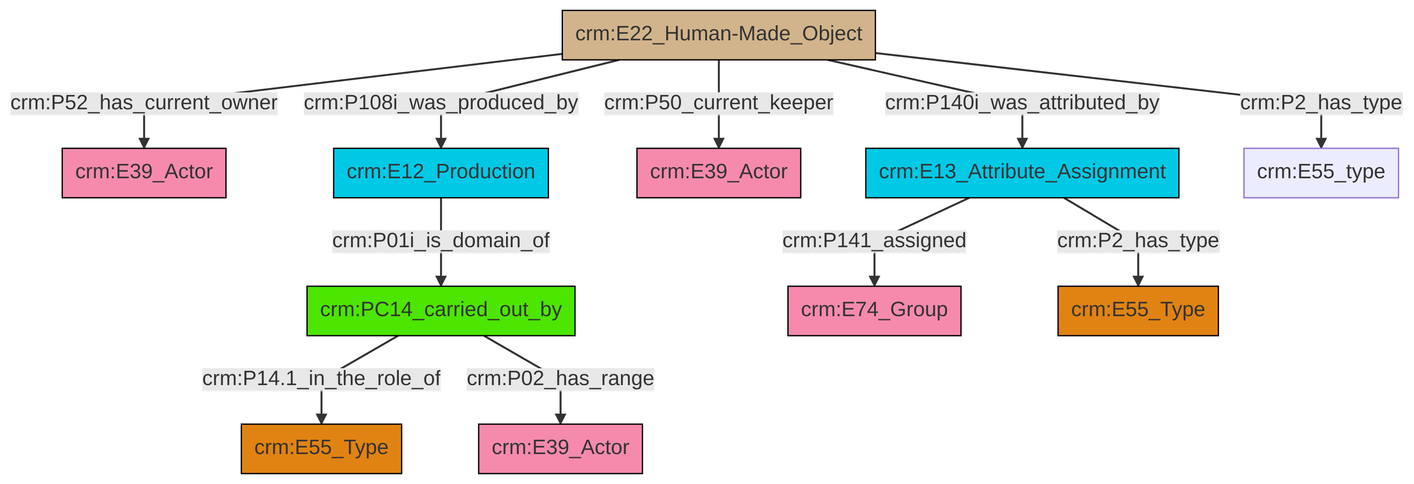
swiss-art-research-net/docs.swissartresearch keeps this Mermaid diagram as et/artworkCSV/ttl/mmd/png/Artwork_Actor_Relations.png. Above is the earlier version. Its source is kept beside it as et/artworkCSV/ttl/mmd/Artwork_Actor_Relations.ttl.mmd.
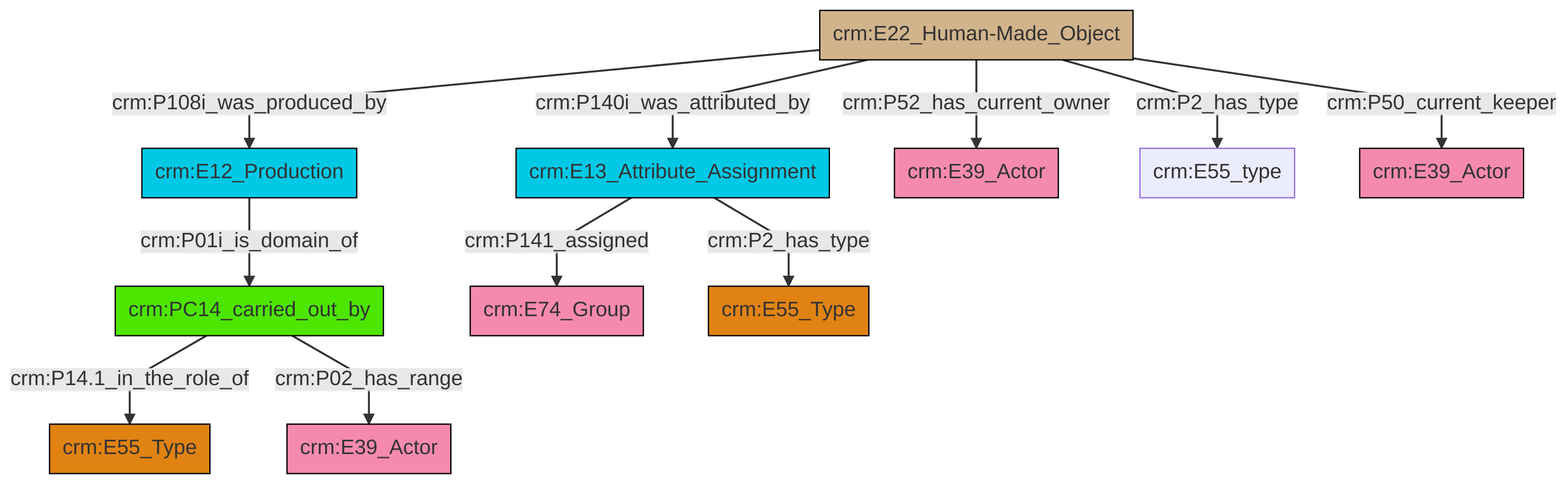
Later version of the same file.

Diff of the diagram source:
```diff
@@ -13,13 +13,13 @@
 classDef PC_Classes fill:#4ce600, stroke:#000000;
 classDef Multi fill:#cccccc,stroke:#000000;
 
-6["crm:E22_Human-Made_Object"]:::Physical_Thing -->|crm:P52_has_current_owner| 2["crm:E39_Actor"]:::Actor
-4["crm:E13_Attribute_Assignment"]:::Temporal_Entity -->|crm:P141_assigned| 7["crm:E74_Group"]:::Actor
-6["crm:E22_Human-Made_Object"]:::Physical_Thing -->|crm:P50_current_keeper| 11["crm:E39_Actor"]:::Actor
-6["crm:E22_Human-Made_Object"]:::Physical_Thing -->|crm:P108i_was_produced_by| 12["crm:E12_Production"]:::Temporal_Entity
-4["crm:E13_Attribute_Assignment"]:::Temporal_Entity -->|crm:P2_has_type| 9["crm:E55_Type"]:::Type
-0["crm:PC14_carried_out_by"]:::PC_Classes -->|crm:P14.1_in_the_role_of| 13["crm:E55_Type"]:::Type
-6["crm:E22_Human-Made_Object"]:::Physical_Thing -->|crm:P140i_was_attributed_by| 4["crm:E13_Attribute_Assignment"]:::Temporal_Entity
-6["crm:E22_Human-Made_Object"]:::Physical_Thing -->|crm:P2_has_type| 17["crm:E55_type"]:::Default
-0["crm:PC14_carried_out_by"]:::PC_Classes -->|crm:P02_has_range| 15["crm:E39_Actor"]:::Actor
-12["crm:E12_Production"]:::Temporal_Entity -->|crm:P01i_is_domain_of| 0["crm:PC14_carried_out_by"]:::PC_Classes
+0["crm:PC14_carried_out_by"]:::PC_Classes -->|crm:P14.1_in_the_role_of| 1["crm:E55_Type"]:::Type
+2["crm:E12_Production"]:::Temporal_Entity -->|crm:P01i_is_domain_of| 0["crm:PC14_carried_out_by"]:::PC_Classes
+6["crm:E13_Attribute_Assignment"]:::Temporal_Entity -->|crm:P141_assigned| 7["crm:E74_Group"]:::Actor
+12["crm:E22_Human-Made_Object"]:::Physical_Thing -->|crm:P52_has_current_owner| 13["crm:E39_Actor"]:::Actor
+12["crm:E22_Human-Made_Object"]:::Physical_Thing -->|crm:P2_has_type| 14["crm:E55_type"]:::Default
+0["crm:PC14_carried_out_by"]:::PC_Classes -->|crm:P02_has_range| 3["crm:E39_Actor"]:::Actor
+6["crm:E13_Attribute_Assignment"]:::Temporal_Entity -->|crm:P2_has_type| 8["crm:E55_Type"]:::Type
+12["crm:E22_Human-Made_Object"]:::Physical_Thing -->|crm:P140i_was_attributed_by| 6["crm:E13_Attribute_Assignment"]:::Temporal_Entity
+12["crm:E22_Human-Made_Object"]:::Physical_Thing -->|crm:P50_current_keeper| 18["crm:E39_Actor"]:::Actor
+12["crm:E22_Human-Made_Object"]:::Physical_Thing -->|crm:P108i_was_produced_by| 2["crm:E12_Production"]:::Temporal_Entity
```
